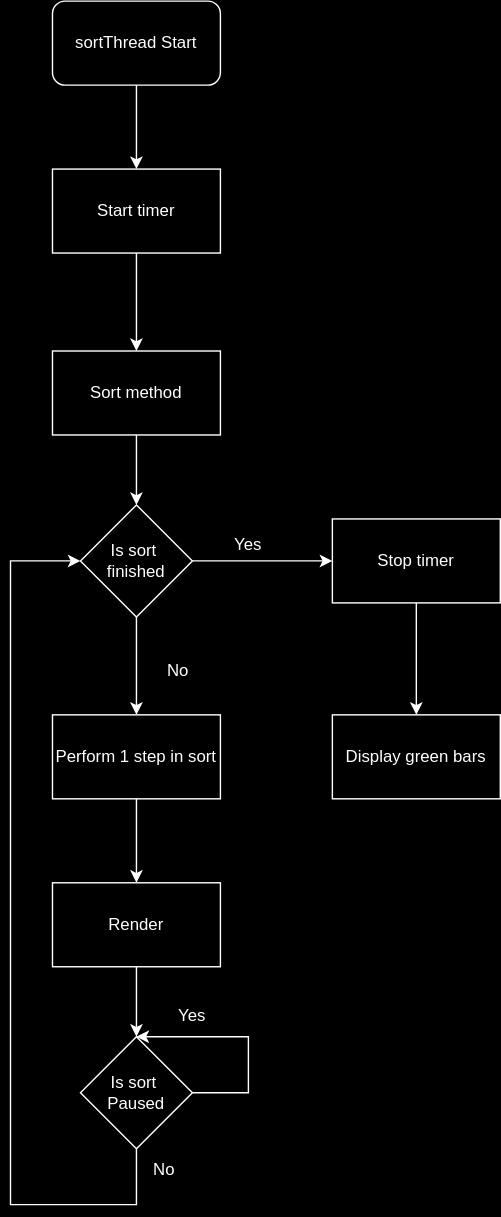
Above: documentation/flow charts/sortThread start.svg in Tangent5969/Sorting (draw.io), before the change. Source tidied: cells renumbered, new cells last; positions are measured from the earlier drawing's top-left corner, leaving out a move shared by most shapes.
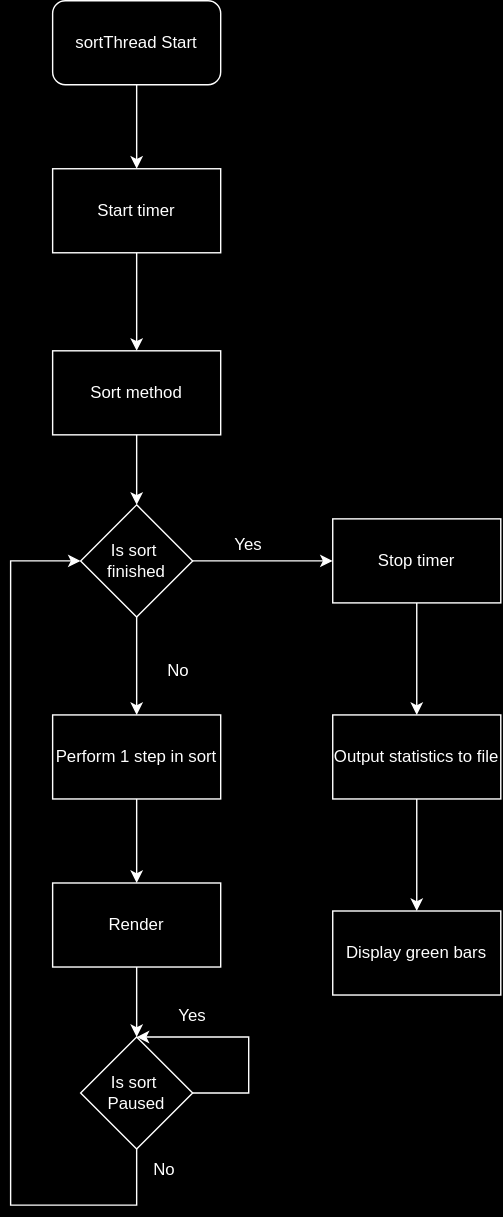
Later version of the same file.

Change to the diagram source:
```diff
@@ -82,11 +82,17 @@
     <mxCell id="22" style="endArrow=classic;html=1;rounded=0;exitX=0.5;exitY=1;exitDx=0;exitDy=0;entryX=0.5;entryY=0;entryDx=0;entryDy=0;" parent="1" edge="1" source="3" target="5">
       <mxGeometry relative="1" as="geometry" />
     </mxCell>
-    <mxCell id="23" value="Display green bars" style="rounded=0;whiteSpace=wrap;html=1;" parent="1" vertex="1">
+    <mxCell id="23" value="Output statistics to file" style="rounded=0;whiteSpace=wrap;html=1;" parent="1" vertex="1">
       <mxGeometry x="230" y="510" width="120" height="60" as="geometry" />
     </mxCell>
     <mxCell id="24" style="endArrow=classic;html=1;rounded=0;exitX=0.5;exitY=1;exitDx=0;exitDy=0;entryX=0.5;entryY=0;entryDx=0;entryDy=0;" parent="1" edge="1" source="10" target="23">
       <mxGeometry relative="1" as="geometry" />
     </mxCell>
+    <mxCell id="25" value="Display green bars" style="rounded=0;whiteSpace=wrap;html=1;" parent="1" vertex="1">
+      <mxGeometry x="230" y="650" width="120" height="60" as="geometry" />
+    </mxCell>
+    <mxCell id="26" style="endArrow=classic;html=1;rounded=0;entryX=0.5;entryY=0;entryDx=0;entryDy=0;exitX=0.5;exitY=1;exitDx=0;exitDy=0;" parent="1" edge="1" source="23" target="25">
+      <mxGeometry relative="1" as="geometry" />
+    </mxCell>
   </root>
 </mxGraphModel>
```
